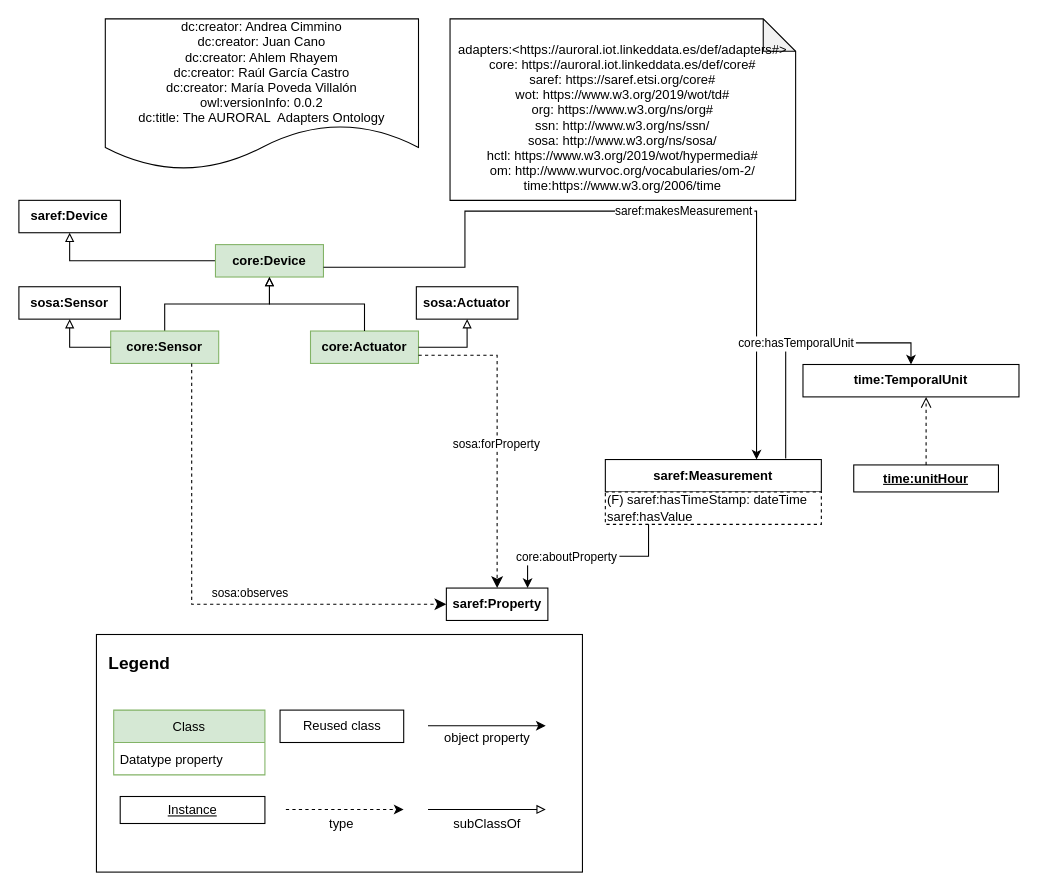
oeg-upm/auroral-adapters-ontology keeps this draw.io diagram as page "V2" (1 of 2) of Diagrams/adapters-general.drawio. Above is the earlier version. Source tidied: cells renumbered, new cells numbered last; positions are measured from the earlier drawing's top-left corner, leaving out a move shared by most shapes. Both pictures are drawn from the tidied source at 108%, with x=0, y=0 at pixel (18, 18).
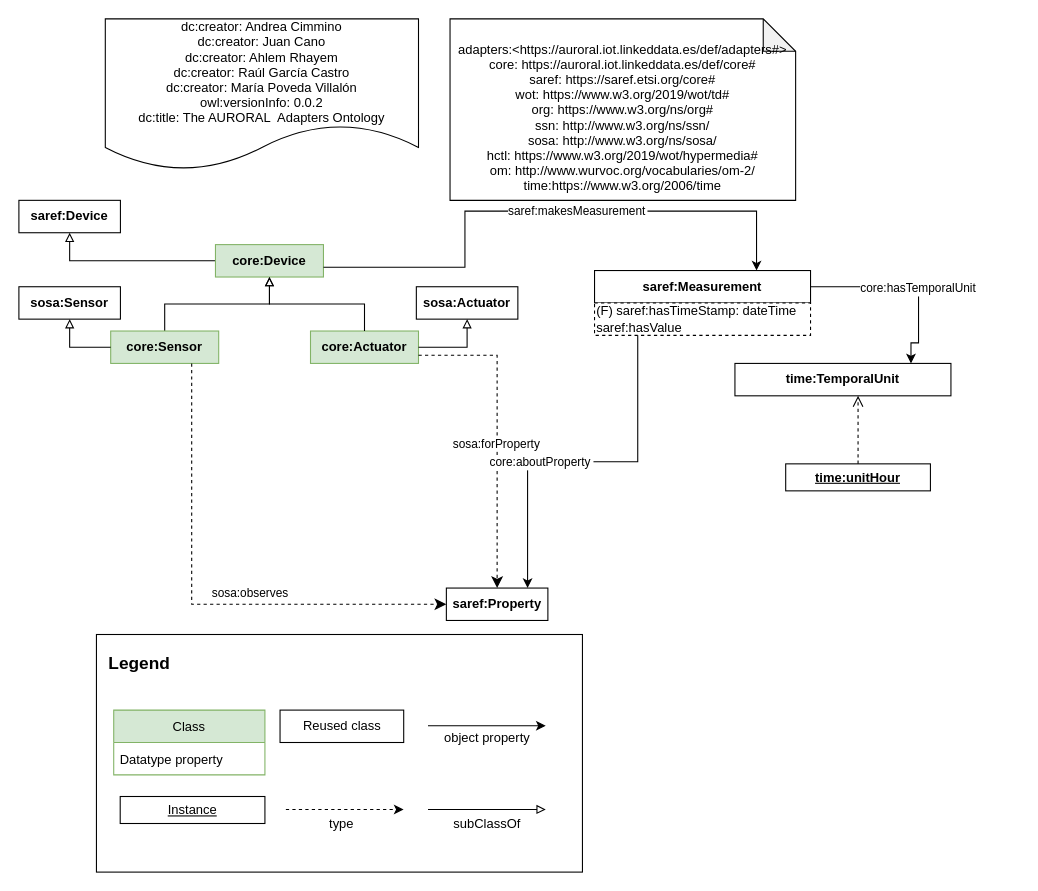
The same page after the edit.

Commit message (it also covers changes not shown here):
delete data schema

Change to the diagram source:
```diff
@@
     <mxCell id="32" value="&lt;b&gt;saref:Measurement&lt;/b&gt;" style="rounded=0;whiteSpace=wrap;html=1;" parent="1" vertex="1">
-      <mxGeometry x="543" y="408" width="200" height="30" as="geometry" />
+      <mxGeometry x="533" y="233" width="200" height="30" as="geometry" />
     </mxCell>
     <mxCell id="33" value="(F) saref:hasTimeStamp: dateTime&lt;br&gt;saref:hasValue" style="rounded=0;whiteSpace=wrap;html=1;snapToPoint=1;points=[[0.1,0],[0.2,0],[0.3,0],[0.4,0],[0.5,0],[0.6,0],[0.7,0],[0.8,0],[0.9,0],[0,0.1],[0,0.3],[0,0.5],[0,0.7],[0,0.9],[0.1,1],[0.2,1],[0.3,1],[0.4,1],[0.5,1],[0.6,1],[0.7,1],[0.8,1],[0.9,1],[1,0.1],[1,0.3],[1,0.5],[1,0.7],[1,0.9]];dashed=1;align=left;" parent="1" vertex="1">
-      <mxGeometry x="543" y="438" width="200" height="30" as="geometry" />
+      <mxGeometry x="533" y="263" width="200" height="30" as="geometry" />
     </mxCell>
@@
     <mxCell id="36" value="&lt;b&gt;time:TemporalUnit&lt;/b&gt;" style="rounded=0;whiteSpace=wrap;html=1;" parent="1" vertex="1">
-      <mxGeometry x="726" y="320" width="200" height="30" as="geometry" />
+      <mxGeometry x="663" y="319" width="200" height="30" as="geometry" />
     </mxCell>
     <mxCell id="37" value="&lt;u&gt;&lt;b&gt;time:unitHour&lt;/b&gt;&lt;/u&gt;" style="rounded=0;whiteSpace=wrap;html=1;" parent="1" vertex="1">
-      <mxGeometry x="773" y="413" width="134" height="25" as="geometry" />
+      <mxGeometry x="710" y="412" width="134" height="25" as="geometry" />
     </mxCell>
     <mxCell id="38" style="endArrow=open;html=1;fontColor=#000099;endFill=0;dashed=1;endSize=8;edgeStyle=orthogonalEdgeStyle;arcSize=0;" parent="1" edge="1" source="37" target="36">
       <mxGeometry relative="1" as="geometry">
         <Array as="points">
-          <mxPoint x="840" y="380" />
-          <mxPoint x="840" y="380" />
+          <mxPoint x="777" y="379" />
+          <mxPoint x="777" y="379" />
         </Array>
       </mxGeometry>
     </mxCell>
-    <mxCell id="39" value="core:hasTemporalUnit" style="edgeStyle=orthogonalEdgeStyle;rounded=0;jettySize=auto;fontSize=11;endArrow=classic;endFill=1;exitX=0.835;exitY=-0.033;exitDx=0;exitDy=0;exitPerimeter=0;" parent="1" edge="1" source="32" target="36">
+    <mxCell id="39" value="core:hasTemporalUnit" style="edgeStyle=orthogonalEdgeStyle;rounded=0;jettySize=auto;fontSize=11;endArrow=classic;endFill=1;exitX=1;exitY=0.5;exitDx=0;exitDy=0;" parent="1" edge="1" source="32" target="36">
       <mxGeometry x="0.13" relative="1" as="geometry">
         <Array as="points">
-          <mxPoint x="710" y="302" />
-          <mxPoint x="687" y="302" />
-          <mxPoint x="687" y="300" />
+          <mxPoint x="833" y="248" />
+          <mxPoint x="833" y="300" />
           <mxPoint x="826" y="300" />
         </Array>
       </mxGeometry>
     </mxCell>
```
